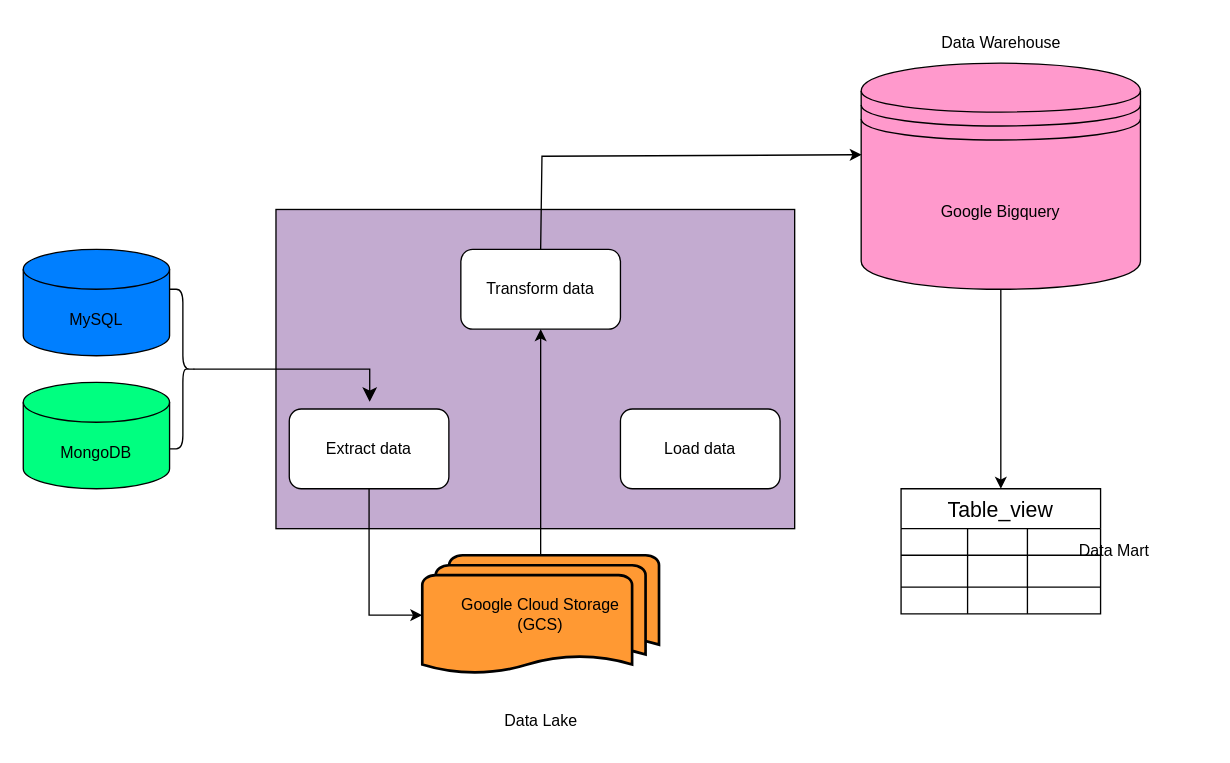
Earlier version of the draw.io diagram Biểu đồ không có tiêu đề.drawio (huskyloveme/ETL-data-with-airflow). Source tidied: cells renumbered, new cells numbered last; positions are measured from the earlier drawing's top-left corner, leaving out a move shared by most shapes. Both pictures are drawn from the tidied source at 133%, with x=0, y=0 at pixel (23, 23).
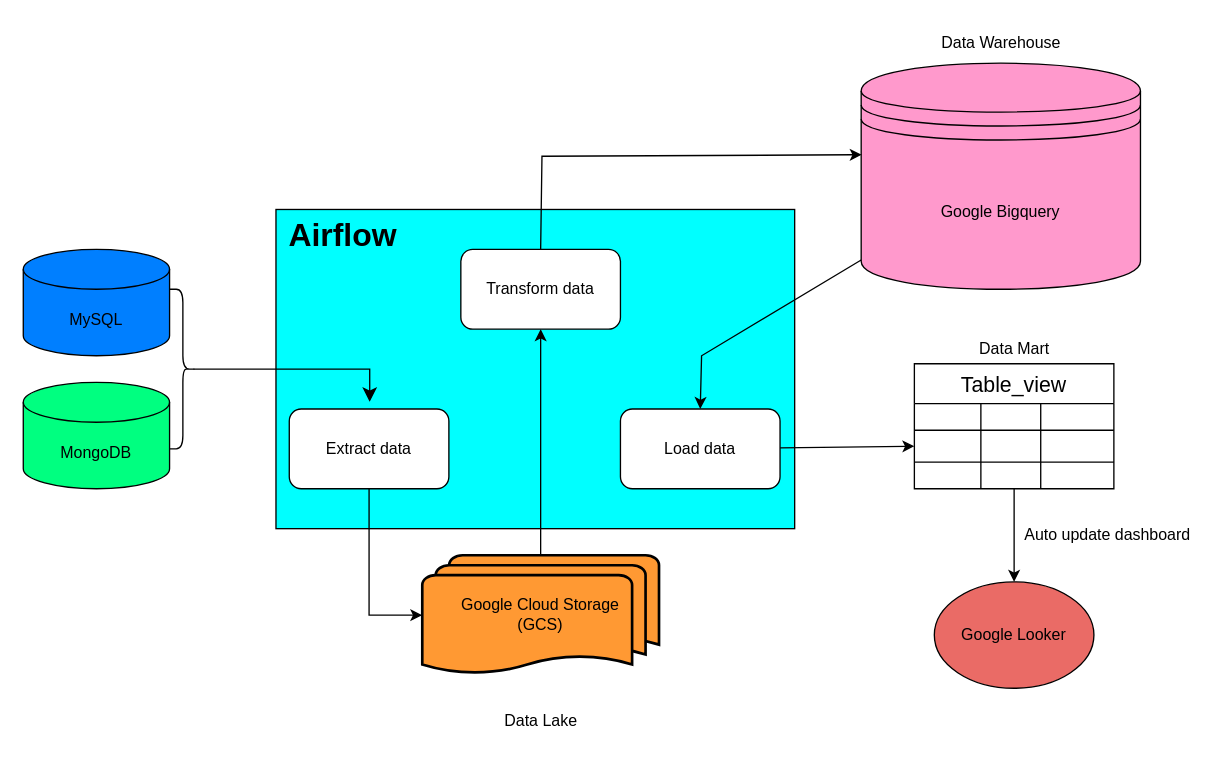
Above is the later version.

Commit message:
Cập nhật Biểu đồ không có tiêu đề.drawio

Unchanged cells that the change refers to:
```xml
<mxCell id="8" value="Google Bigquery" style="shape=datastore;whiteSpace=wrap;html=1;fillColor=#FF99CC;" parent="1" vertex="1">
  <mxGeometry x="630" y="30" width="210" height="170" as="geometry" />
</mxCell>
<mxCell id="14" style="shape=tableRow;horizontal=0;startSize=0;swimlaneHead=0;swimlaneBody=0;strokeColor=inherit;top=0;left=0;bottom=0;right=0;fillColor=none;points=[[0,0.5],[1,0.5]];portConstraint=eastwest;fontSize=16;" parent="9" vertex="1">
  <mxGeometry y="50" width="150" height="24" as="geometry" />
</mxCell>
<mxCell id="18" style="shape=tableRow;horizontal=0;startSize=0;swimlaneHead=0;swimlaneBody=0;strokeColor=inherit;top=0;left=0;bottom=0;right=0;fillColor=none;points=[[0,0.5],[1,0.5]];portConstraint=eastwest;fontSize=16;" parent="9" vertex="1">
  <mxGeometry y="74" width="150" height="20" as="geometry" />
</mxCell>
<mxCell id="27" value="Load data" style="rounded=1;whiteSpace=wrap;html=1;" parent="1" vertex="1">
  <mxGeometry x="449" y="290" width="120" height="60" as="geometry" />
</mxCell>
```

What changed in the source:
```diff
@@
-    <mxCell id="2" style="rounded=0;whiteSpace=wrap;html=1;fillColor=#C3ABD0;" parent="1" vertex="1">
+    <mxCell id="2" style="rounded=0;whiteSpace=wrap;html=1;fillColor=#00FFFF;" parent="1" vertex="1">
       <mxGeometry x="190" y="140" width="390" height="240" as="geometry" />
     </mxCell>
@@
     <mxCell id="9" value="Table_view" style="shape=table;startSize=30;childLayout=tableLayout;strokeColor=default;fontSize=16;" parent="1" vertex="1">
-      <mxGeometry x="660" y="350" width="150" height="94" as="geometry" />
+      <mxGeometry x="670" y="256" width="150" height="94" as="geometry" />
     </mxCell>
@@
     <mxCell id="22" value="Data Mart" style="text;html=1;align=center;verticalAlign=middle;strokeColor=none;fillColor=none;" parent="1" vertex="1">
-      <mxGeometry x="780" y="382" width="80" height="30" as="geometry" />
+      <mxGeometry x="705" y="230" width="80" height="30" as="geometry" />
     </mxCell>
-    <mxCell id="23" style="endArrow=classic;html=1;rounded=0;entryX=0.5;entryY=0;entryDx=0;entryDy=0;" parent="1" edge="1" source="8" target="9">
-      <mxGeometry relative="1" as="geometry" />
+    <mxCell id="23" style="endArrow=classic;html=1;rounded=0;entryX=0.5;entryY=0;entryDx=0;entryDy=0;" parent="1" edge="1" source="8" target="27">
+      <mxGeometry relative="1" as="geometry">
+        <Array as="points">
+          <mxPoint x="510" y="250" />
+        </Array>
+      </mxGeometry>
     </mxCell>
@@
+    <mxCell id="32" value="&lt;b&gt;&lt;font style=&quot;font-size: 24px;&quot;&gt;Airflow&lt;/font&gt;&lt;/b&gt;" style="text;html=1;align=center;verticalAlign=middle;strokeColor=none;fillColor=none;" parent="1" vertex="1">
+      <mxGeometry x="190" y="140" width="100" height="40" as="geometry" />
+    </mxCell>
+    <mxCell id="33" style="endArrow=classic;html=1;rounded=0;entryX=0;entryY=0.5;entryDx=0;entryDy=0;" parent="1" edge="1" source="27" target="14">
+      <mxGeometry relative="1" as="geometry" />
+    </mxCell>
+    <mxCell id="34" value="Google Looker" style="ellipse;whiteSpace=wrap;html=1;fillColor=#EA6B66;" parent="1" vertex="1">
+      <mxGeometry x="685" y="420" width="120" height="80" as="geometry" />
+    </mxCell>
+    <mxCell id="35" style="endArrow=classic;html=1;rounded=0;entryX=0.5;entryY=0;entryDx=0;entryDy=0;" parent="1" edge="1" source="18" target="34">
+      <mxGeometry relative="1" as="geometry" />
+    </mxCell>
+    <mxCell id="36" value="Auto update dashboard&lt;br&gt;" style="text;html=1;align=center;verticalAlign=middle;strokeColor=none;fillColor=none;" parent="1" vertex="1">
+      <mxGeometry x="740" y="370" width="150" height="30" as="geometry" />
+    </mxCell>
```
